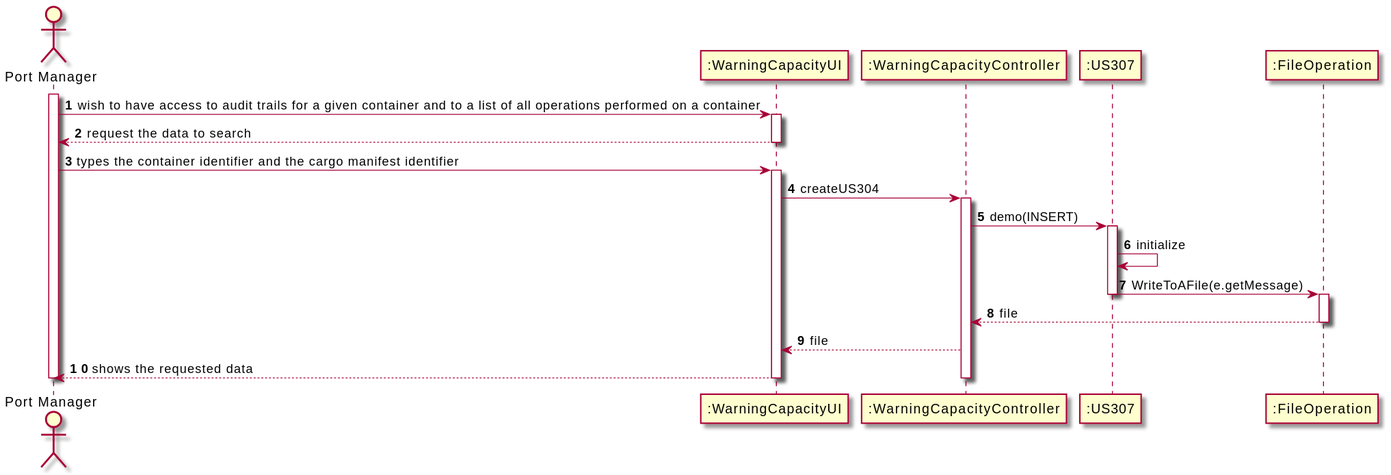
Above: Documentation/Sprint3/Requirements_Engineering/US307/US307_SD.svg in Pedromaia26/LAPR3-ISEP (PlantUML), before the change.
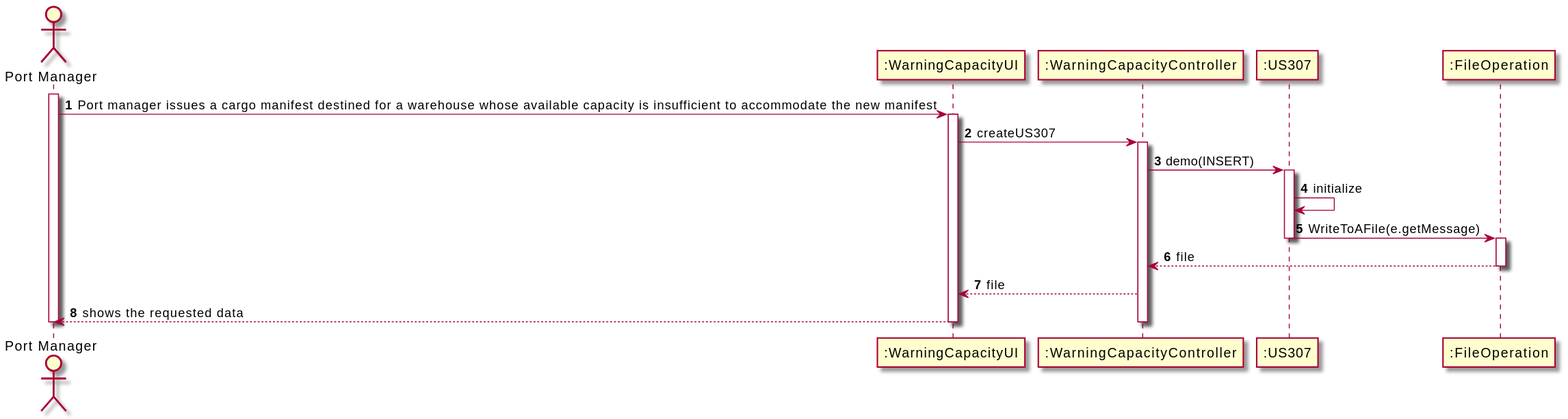
After the commit.

Change to the diagram source:
```diff
@@ -9,19 +9,11 @@
 
 activate Adm
 
-Adm -> System: wish to  have access to audit trails for a given container and to a list of all operations performed on a container
+Adm -> System: Port manager issues a cargo manifest destined for a warehouse whose available capacity is insufficient to accommodate the new manifest
 
 activate System
 
-System --> Adm: request the data to search
-
-deactivate System
-
-Adm -> System: types the container identifier and the cargo manifest identifier
-
-activate System
-
-System -> SSC: createUS304
+System -> SSC: createUS307
 
 activate SSC
 
```
